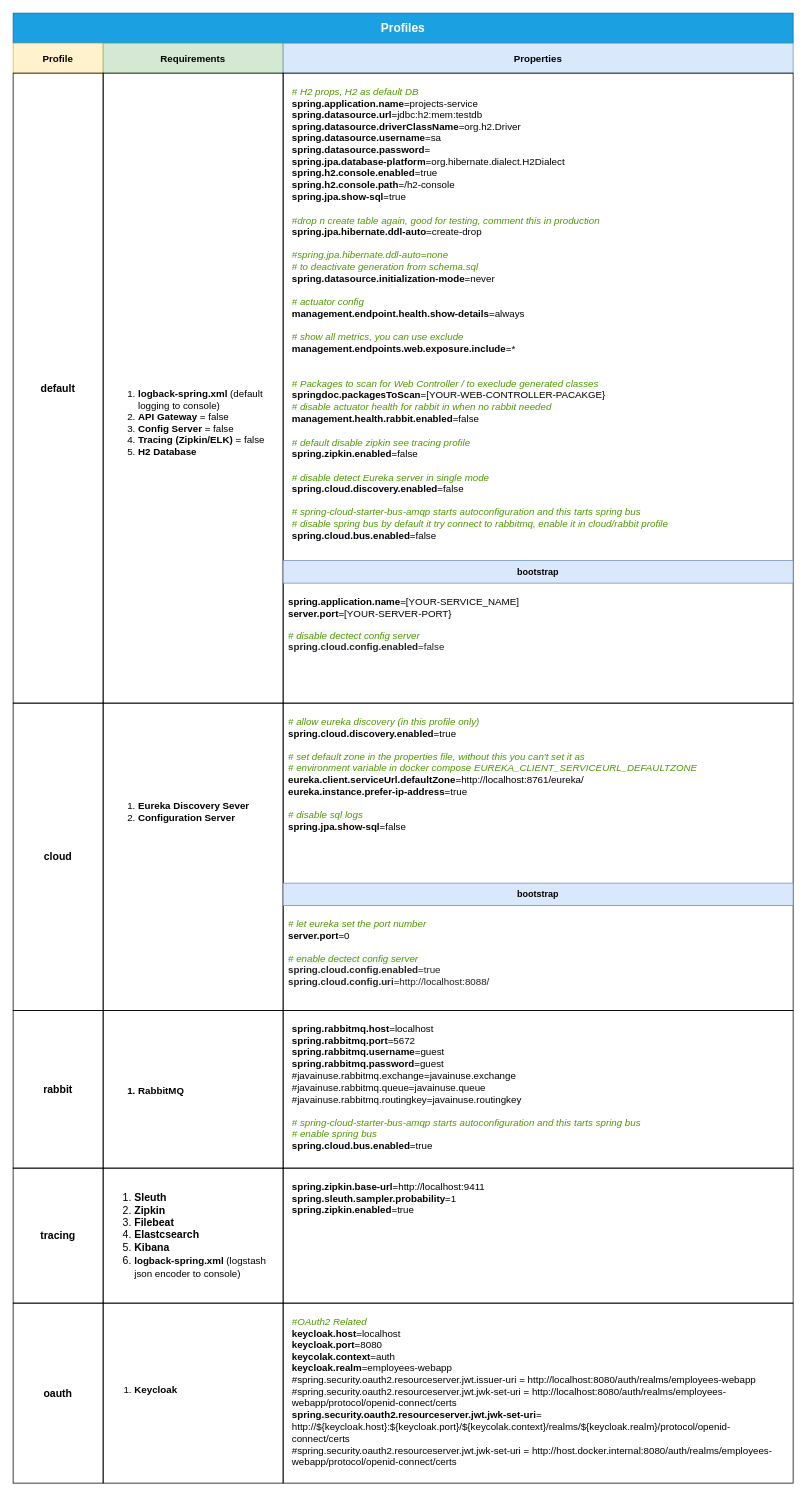
mambarek/cma-deployment keeps this draw.io diagram as page "Seite-2" (2 of 3) of docs/Springboot-Cloud-Overview.drawio. Above is the earlier version. Source tidied: cells renumbered, new cells numbered last; positions are measured from the earlier drawing's top-left corner, leaving out a move shared by most shapes. Both pictures are drawn from the tidied source at 75%, with x=0, y=0 at pixel (13, 13).
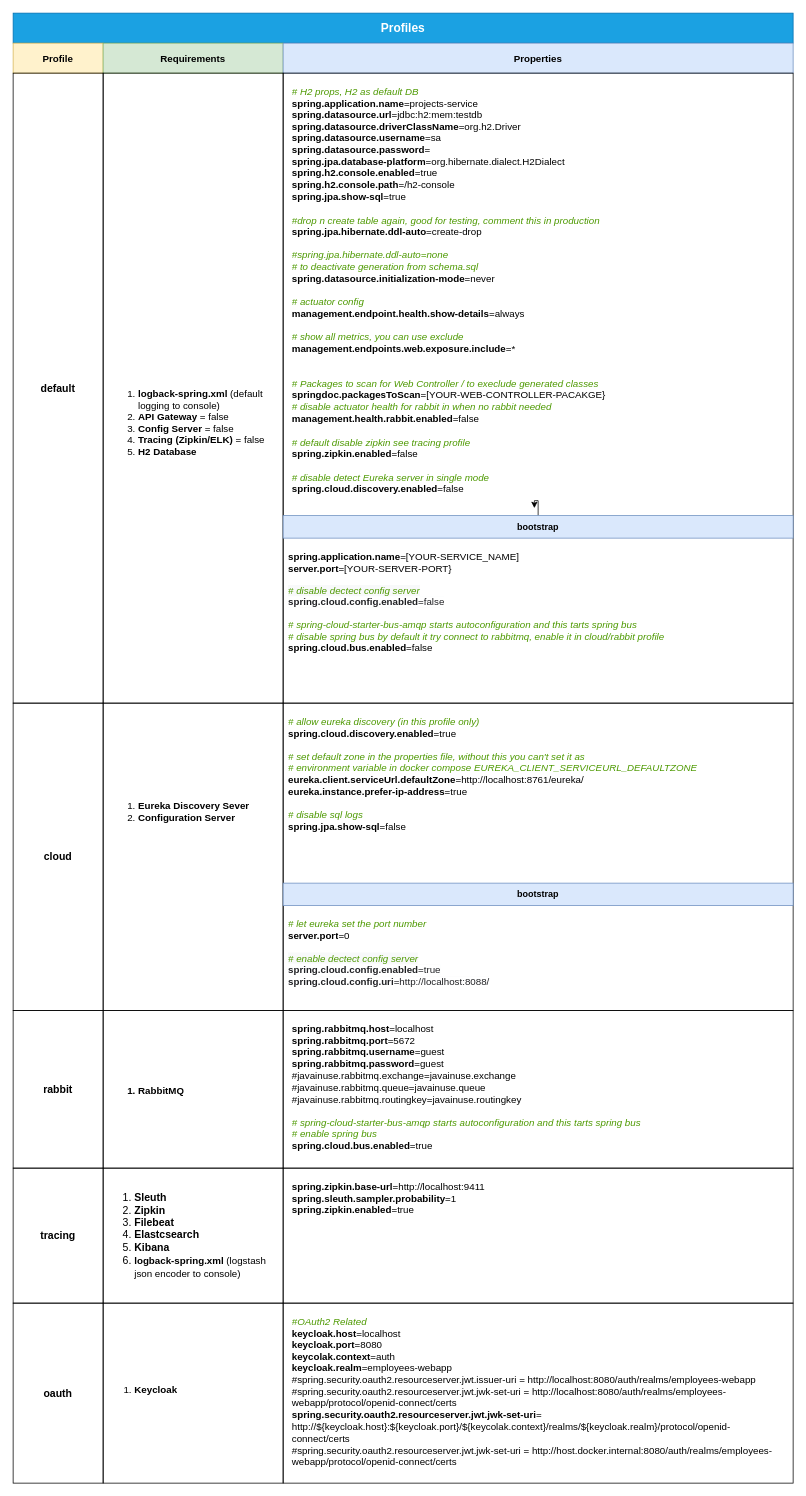
The same diagram, later.

Change to the diagram source:
```diff
@@
-    <mxCell id="9" value="&lt;div&gt;&lt;i style=&quot;color: rgb(77 , 153 , 0)&quot;&gt;# H2 props, H2 as default DB&lt;/i&gt;&lt;br&gt;&lt;/div&gt;&lt;div&gt;&lt;div&gt;&lt;b&gt;spring.application.name&lt;/b&gt;=projects-service&lt;/div&gt;&lt;div&gt;&lt;b&gt;spring.datasource.url&lt;/b&gt;=jdbc:h2:mem:testdb&lt;/div&gt;&lt;div&gt;&lt;b&gt;spring.datasource.driverClassName&lt;/b&gt;=org.h2.Driver&lt;/div&gt;&lt;div&gt;&lt;b&gt;spring.datasource.username&lt;/b&gt;=sa&lt;/div&gt;&lt;div&gt;&lt;b&gt;spring.datasource.password&lt;/b&gt;=&lt;/div&gt;&lt;div&gt;&lt;b&gt;spring.jpa.database-platform&lt;/b&gt;=org.hibernate.dialect.H2Dialect&lt;/div&gt;&lt;div&gt;&lt;b&gt;spring.h2.console.enabled&lt;/b&gt;=true&lt;/div&gt;&lt;div&gt;&lt;b&gt;spring.h2.console.path&lt;/b&gt;=/h2-console&lt;/div&gt;&lt;div&gt;&lt;b&gt;spring.jpa.show-sql&lt;/b&gt;=true&lt;/div&gt;&lt;div&gt;&lt;br&gt;&lt;/div&gt;&lt;div&gt;&lt;i&gt;&lt;font color=&quot;#4d9900&quot;&gt;#drop n create table again, good for testing, comment this in production&lt;/font&gt;&lt;/i&gt;&lt;/div&gt;&lt;div&gt;&lt;b&gt;spring.jpa.hibernate.ddl-auto&lt;/b&gt;=create-drop&lt;/div&gt;&lt;div&gt;&lt;br&gt;&lt;/div&gt;&lt;div&gt;&lt;font color=&quot;#4d9900&quot;&gt;&lt;i&gt;#spring.jpa.hibernate.ddl-auto=none&lt;/i&gt;&lt;/font&gt;&lt;/div&gt;&lt;div&gt;&lt;font color=&quot;#4d9900&quot;&gt;&lt;i&gt;# to deactivate generation from schema.sql&lt;/i&gt;&lt;/font&gt;&lt;/div&gt;&lt;div&gt;&lt;b&gt;spring.datasource.initialization-mode&lt;/b&gt;=never&lt;/div&gt;&lt;div&gt;&lt;br&gt;&lt;/div&gt;&lt;div&gt;&lt;i&gt;&lt;font color=&quot;#4d9900&quot;&gt;# actuator config&lt;/font&gt;&lt;/i&gt;&lt;/div&gt;&lt;div&gt;&lt;b&gt;management.endpoint.health.show-details&lt;/b&gt;=always&lt;/div&gt;&lt;div&gt;&lt;br&gt;&lt;/div&gt;&lt;div&gt;&lt;i&gt;&lt;font color=&quot;#4d9900&quot;&gt;# show all metrics, you can use exclude&lt;/font&gt;&lt;/i&gt;&lt;/div&gt;&lt;div&gt;&lt;b&gt;management.endpoints.web.exposure.include&lt;/b&gt;=*&lt;/div&gt;&lt;div&gt;&lt;br&gt;&lt;/div&gt;&lt;div&gt;&lt;br&gt;&lt;/div&gt;&lt;div&gt;&lt;i&gt;&lt;font color=&quot;#4d9900&quot;&gt;# Packages to scan for Web Controller / to execlude generated classes&lt;/font&gt;&lt;/i&gt;&lt;/div&gt;&lt;div&gt;&lt;b&gt;springdoc.packagesToScan&lt;/b&gt;=[YOUR-WEB-CONTROLLER-PACAKGE}&lt;/div&gt;&lt;/div&gt;&lt;div&gt;&lt;i&gt;&lt;font color=&quot;#4d9900&quot;&gt;# disable actuator health for rabbit in when no rabbit needed&lt;/font&gt;&lt;/i&gt;&lt;/div&gt;&lt;b&gt;management.health.rabbit.enabled&lt;/b&gt;=false &lt;br style=&quot;font-size: 13px&quot;&gt;&lt;br&gt;&lt;font color=&quot;#4d9900&quot; style=&quot;font-size: 13px&quot;&gt;&lt;i&gt;# default disable zipkin see tracing profile&lt;/i&gt;&lt;/font&gt;&lt;br style=&quot;font-size: 13px&quot;&gt;&lt;b&gt;spring.zipkin.enabled&lt;/b&gt;=false&lt;br style=&quot;font-size: 13px&quot;&gt;&lt;br style=&quot;font-size: 13px&quot;&gt;&lt;font color=&quot;#4d9900&quot; style=&quot;font-size: 13px&quot;&gt;&lt;i&gt;# disable detect Eureka server in single mode&lt;/i&gt;&lt;/font&gt;&lt;br style=&quot;font-size: 13px&quot;&gt;&lt;b&gt;spring.cloud.discovery.enabled&lt;/b&gt;=false&lt;br style=&quot;font-size: 13px&quot;&gt;&lt;br style=&quot;font-size: 13px&quot;&gt;&lt;font color=&quot;#4d9900&quot; style=&quot;font-size: 13px&quot;&gt;&lt;i&gt;# spring-cloud-starter-bus-amqp starts autoconfiguration and this tarts spring bus&lt;br style=&quot;font-size: 13px&quot;&gt;# disable spring bus by default it try connect to rabbitmq, enable it in cloud/rabbit profile&lt;/i&gt;&lt;/font&gt;&lt;br style=&quot;font-size: 13px&quot;&gt;&lt;b&gt;spring.cloud.bus.enabled&lt;/b&gt;=false&lt;br&gt;&lt;div&gt;&lt;br&gt;&lt;/div&gt;" style="text;html=1;strokeColor=none;fillColor=none;align=left;verticalAlign=top;whiteSpace=wrap;rounded=0;fontSize=13;" parent="1" vertex="1">
-      <mxGeometry x="370" y="90" width="650" height="630" as="geometry" />
+    <mxCell id="9" value="&lt;div&gt;&lt;i style=&quot;color: rgb(77 , 153 , 0)&quot;&gt;# H2 props, H2 as default DB&lt;/i&gt;&lt;br&gt;&lt;/div&gt;&lt;div&gt;&lt;div&gt;&lt;b&gt;spring.application.name&lt;/b&gt;=projects-service&lt;/div&gt;&lt;div&gt;&lt;b&gt;spring.datasource.url&lt;/b&gt;=jdbc:h2:mem:testdb&lt;/div&gt;&lt;div&gt;&lt;b&gt;spring.datasource.driverClassName&lt;/b&gt;=org.h2.Driver&lt;/div&gt;&lt;div&gt;&lt;b&gt;spring.datasource.username&lt;/b&gt;=sa&lt;/div&gt;&lt;div&gt;&lt;b&gt;spring.datasource.password&lt;/b&gt;=&lt;/div&gt;&lt;div&gt;&lt;b&gt;spring.jpa.database-platform&lt;/b&gt;=org.hibernate.dialect.H2Dialect&lt;/div&gt;&lt;div&gt;&lt;b&gt;spring.h2.console.enabled&lt;/b&gt;=true&lt;/div&gt;&lt;div&gt;&lt;b&gt;spring.h2.console.path&lt;/b&gt;=/h2-console&lt;/div&gt;&lt;div&gt;&lt;b&gt;spring.jpa.show-sql&lt;/b&gt;=true&lt;/div&gt;&lt;div&gt;&lt;br&gt;&lt;/div&gt;&lt;div&gt;&lt;i&gt;&lt;font color=&quot;#4d9900&quot;&gt;#drop n create table again, good for testing, comment this in production&lt;/font&gt;&lt;/i&gt;&lt;/div&gt;&lt;div&gt;&lt;b&gt;spring.jpa.hibernate.ddl-auto&lt;/b&gt;=create-drop&lt;/div&gt;&lt;div&gt;&lt;br&gt;&lt;/div&gt;&lt;div&gt;&lt;font color=&quot;#4d9900&quot;&gt;&lt;i&gt;#spring.jpa.hibernate.ddl-auto=none&lt;/i&gt;&lt;/font&gt;&lt;/div&gt;&lt;div&gt;&lt;font color=&quot;#4d9900&quot;&gt;&lt;i&gt;# to deactivate generation from schema.sql&lt;/i&gt;&lt;/font&gt;&lt;/div&gt;&lt;div&gt;&lt;b&gt;spring.datasource.initialization-mode&lt;/b&gt;=never&lt;/div&gt;&lt;div&gt;&lt;br&gt;&lt;/div&gt;&lt;div&gt;&lt;i&gt;&lt;font color=&quot;#4d9900&quot;&gt;# actuator config&lt;/font&gt;&lt;/i&gt;&lt;/div&gt;&lt;div&gt;&lt;b&gt;management.endpoint.health.show-details&lt;/b&gt;=always&lt;/div&gt;&lt;div&gt;&lt;br&gt;&lt;/div&gt;&lt;div&gt;&lt;i&gt;&lt;font color=&quot;#4d9900&quot;&gt;# show all metrics, you can use exclude&lt;/font&gt;&lt;/i&gt;&lt;/div&gt;&lt;div&gt;&lt;b&gt;management.endpoints.web.exposure.include&lt;/b&gt;=*&lt;/div&gt;&lt;div&gt;&lt;br&gt;&lt;/div&gt;&lt;div&gt;&lt;br&gt;&lt;/div&gt;&lt;div&gt;&lt;i&gt;&lt;font color=&quot;#4d9900&quot;&gt;# Packages to scan for Web Controller / to execlude generated classes&lt;/font&gt;&lt;/i&gt;&lt;/div&gt;&lt;div&gt;&lt;b&gt;springdoc.packagesToScan&lt;/b&gt;=[YOUR-WEB-CONTROLLER-PACAKGE}&lt;/div&gt;&lt;/div&gt;&lt;div&gt;&lt;i&gt;&lt;font color=&quot;#4d9900&quot;&gt;# disable actuator health for rabbit in when no rabbit needed&lt;/font&gt;&lt;/i&gt;&lt;/div&gt;&lt;b&gt;management.health.rabbit.enabled&lt;/b&gt;=false &lt;br style=&quot;font-size: 13px&quot;&gt;&lt;br&gt;&lt;font color=&quot;#4d9900&quot; style=&quot;font-size: 13px&quot;&gt;&lt;i&gt;# default disable zipkin see tracing profile&lt;/i&gt;&lt;/font&gt;&lt;br style=&quot;font-size: 13px&quot;&gt;&lt;b&gt;spring.zipkin.enabled&lt;/b&gt;=false&lt;br style=&quot;font-size: 13px&quot;&gt;&lt;br style=&quot;font-size: 13px&quot;&gt;&lt;font color=&quot;#4d9900&quot; style=&quot;font-size: 13px&quot;&gt;&lt;i&gt;# disable detect Eureka server in single mode&lt;/i&gt;&lt;/font&gt;&lt;br style=&quot;font-size: 13px&quot;&gt;&lt;b&gt;spring.cloud.discovery.enabled&lt;/b&gt;=false&lt;br style=&quot;font-size: 13px&quot;&gt;&lt;br style=&quot;font-size: 13px&quot;&gt;" style="text;html=1;strokeColor=none;fillColor=none;align=left;verticalAlign=top;whiteSpace=wrap;rounded=0;fontSize=13;" parent="1" vertex="1">
+      <mxGeometry x="370" y="90" width="650" height="570" as="geometry" />
     </mxCell>
@@
+    <mxCell id="35" style="edgeStyle=orthogonalEdgeStyle;rounded=0;jettySize=auto;html=1;" parent="1" edge="1" source="31" target="9">
+      <mxGeometry relative="1" as="geometry" />
+    </mxCell>
     <mxCell id="31" value="bootstrap" style="rounded=0;whiteSpace=wrap;html=1;fontStyle=1;fillColor=#dae8fc;strokeColor=#6c8ebf;" parent="1" vertex="1">
-      <mxGeometry x="360" y="730" width="680" height="30" as="geometry" />
+      <mxGeometry x="360" y="670" width="680" height="30" as="geometry" />
     </mxCell>
-    <mxCell id="32" value="&lt;div style=&quot;font-size: 13px&quot;&gt;&lt;b&gt;spring.application.name&lt;/b&gt;&lt;span style=&quot;background-color: rgb(255 , 255 , 255)&quot;&gt;=[YOUR-SERVICE_NAME]&lt;/span&gt;&lt;br&gt;&lt;/div&gt;&lt;div style=&quot;font-size: 13px&quot;&gt;&lt;span style=&quot;background-color: rgb(255 , 255 , 255)&quot;&gt;&lt;b&gt;server.port&lt;/b&gt;=[YOUR-SERVER-PORT}&lt;/span&gt;&lt;/div&gt;&lt;br&gt;&lt;i style=&quot;color: rgb(0 , 0 , 0) ; font-family: &amp;#34;helvetica&amp;#34; ; font-size: 13px ; font-weight: 400 ; letter-spacing: normal ; text-indent: 0px ; text-transform: none ; word-spacing: 0px ; background-color: rgb(248 , 249 , 250)&quot;&gt;&lt;font color=&quot;#4d9900&quot;&gt;# disable dectect config server&lt;/font&gt;&lt;/i&gt;&lt;br style=&quot;color: rgb(0 , 0 , 0) ; font-family: &amp;#34;helvetica&amp;#34; ; font-size: 13px ; font-style: normal ; font-weight: 400 ; letter-spacing: normal ; text-indent: 0px ; text-transform: none ; word-spacing: 0px ; background-color: rgb(248 , 249 , 250)&quot;&gt;&lt;font style=&quot;color: rgb(0 , 0 , 0) ; font-family: &amp;#34;helvetica&amp;#34; ; font-size: 13px ; font-style: normal ; font-weight: 400 ; letter-spacing: normal ; text-indent: 0px ; text-transform: none ; word-spacing: 0px ; background-color: rgb(248 , 249 , 250)&quot;&gt;&lt;b&gt;&lt;span style=&quot;color: rgb(32 , 33 , 36) ; font-family: &amp;#34;arial&amp;#34; , sans-serif ; background-color: rgb(255 , 255 , 255)&quot;&gt;spring.cloud.&lt;/span&gt;&lt;span style=&quot;color: rgb(32 , 33 , 36) ; font-family: &amp;#34;arial&amp;#34; , sans-serif ; background-color: rgb(255 , 255 , 255)&quot;&gt;config&lt;/span&gt;&lt;/b&gt;&lt;span style=&quot;color: rgb(32 , 33 , 36) ; font-family: &amp;#34;arial&amp;#34; , sans-serif ; background-color: rgb(255 , 255 , 255)&quot;&gt;&lt;b&gt;.enabled&lt;/b&gt;=false&lt;/span&gt;&lt;/font&gt;&lt;br&gt;" style="text;html=1;strokeColor=none;fillColor=none;align=left;verticalAlign=top;whiteSpace=wrap;rounded=0;" parent="1" vertex="1">
-      <mxGeometry x="365" y="770" width="660" height="120" as="geometry" />
+    <mxCell id="32" value="&lt;div style=&quot;font-size: 13px&quot;&gt;&lt;b&gt;spring.application.name&lt;/b&gt;&lt;span style=&quot;background-color: rgb(255 , 255 , 255)&quot;&gt;=[YOUR-SERVICE_NAME]&lt;/span&gt;&lt;br&gt;&lt;/div&gt;&lt;div style=&quot;font-size: 13px&quot;&gt;&lt;span style=&quot;background-color: rgb(255 , 255 , 255)&quot;&gt;&lt;b&gt;server.port&lt;/b&gt;=[YOUR-SERVER-PORT}&lt;/span&gt;&lt;/div&gt;&lt;br&gt;&lt;i style=&quot;color: rgb(0 , 0 , 0) ; font-family: &amp;#34;helvetica&amp;#34; ; font-size: 13px ; font-weight: 400 ; letter-spacing: normal ; text-indent: 0px ; text-transform: none ; word-spacing: 0px ; background-color: rgb(248 , 249 , 250)&quot;&gt;&lt;font color=&quot;#4d9900&quot;&gt;# disable dectect config server&lt;/font&gt;&lt;/i&gt;&lt;br style=&quot;color: rgb(0 , 0 , 0) ; font-family: &amp;#34;helvetica&amp;#34; ; font-size: 13px ; font-style: normal ; font-weight: 400 ; letter-spacing: normal ; text-indent: 0px ; text-transform: none ; word-spacing: 0px ; background-color: rgb(248 , 249 , 250)&quot;&gt;&lt;font style=&quot;color: rgb(0 , 0 , 0) ; font-family: &amp;#34;helvetica&amp;#34; ; font-size: 13px ; font-style: normal ; font-weight: 400 ; letter-spacing: normal ; text-indent: 0px ; text-transform: none ; word-spacing: 0px ; background-color: rgb(248 , 249 , 250)&quot;&gt;&lt;b&gt;&lt;span style=&quot;color: rgb(32 , 33 , 36) ; font-family: &amp;#34;arial&amp;#34; , sans-serif ; background-color: rgb(255 , 255 , 255)&quot;&gt;spring.cloud.&lt;/span&gt;&lt;span style=&quot;color: rgb(32 , 33 , 36) ; font-family: &amp;#34;arial&amp;#34; , sans-serif ; background-color: rgb(255 , 255 , 255)&quot;&gt;config&lt;/span&gt;&lt;/b&gt;&lt;span style=&quot;color: rgb(32 , 33 , 36) ; font-family: &amp;#34;arial&amp;#34; , sans-serif ; background-color: rgb(255 , 255 , 255)&quot;&gt;&lt;b&gt;.enabled&lt;/b&gt;=false&lt;br&gt;&lt;/span&gt;&lt;/font&gt;&lt;br&gt;&lt;font color=&quot;#4d9900&quot; style=&quot;font-size: 13px&quot;&gt;&lt;i&gt;# spring-cloud-starter-bus-amqp starts autoconfiguration and this tarts spring bus&lt;br&gt;# disable spring bus by default it try connect to rabbitmq, enable it in cloud/rabbit profile&lt;/i&gt;&lt;/font&gt;&lt;br style=&quot;font-size: 13px&quot;&gt;&lt;b style=&quot;font-size: 13px&quot;&gt;spring.cloud.bus.enabled&lt;/b&gt;&lt;span style=&quot;font-size: 13px&quot;&gt;=false&lt;/span&gt;" style="text;html=1;strokeColor=none;fillColor=none;align=left;verticalAlign=top;whiteSpace=wrap;rounded=0;" parent="1" vertex="1">
+      <mxGeometry x="365" y="710" width="660" height="190" as="geometry" />
     </mxCell>
```
